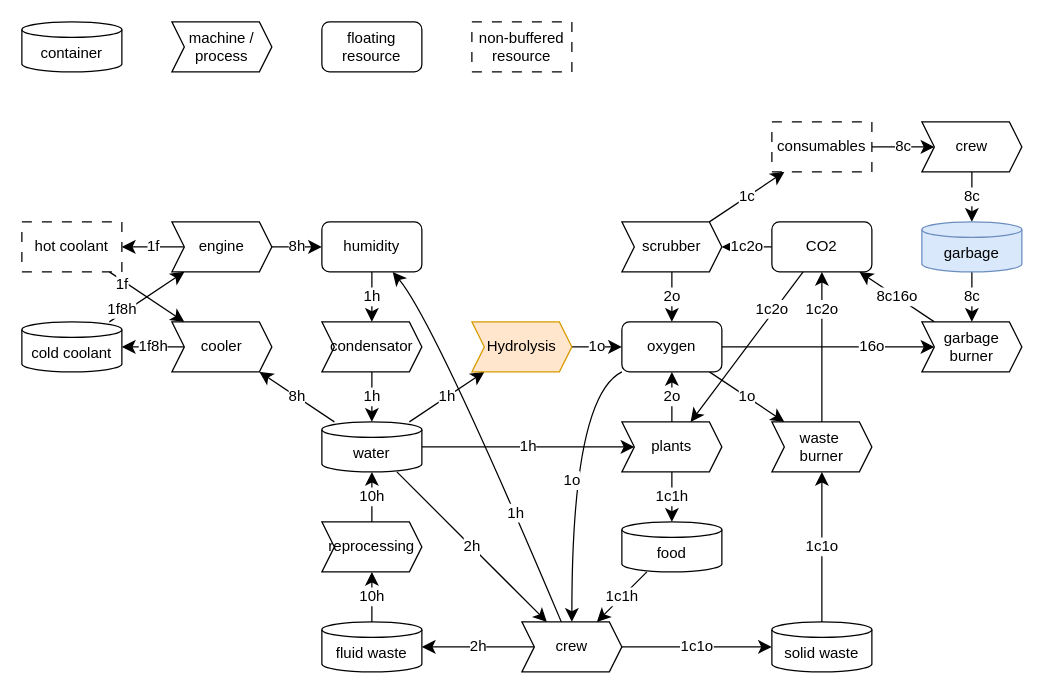
Earlier version of the draw.io diagram resource_flow_diagram.drawio (XFajk/GMTK2025Game). Source tidied: cells renumbered, new cells numbered last; positions are measured from the earlier drawing's top-left corner, leaving out a move shared by most shapes. Both pictures are drawn from the tidied source at 125%, with x=0, y=0 at pixel (21, 21).
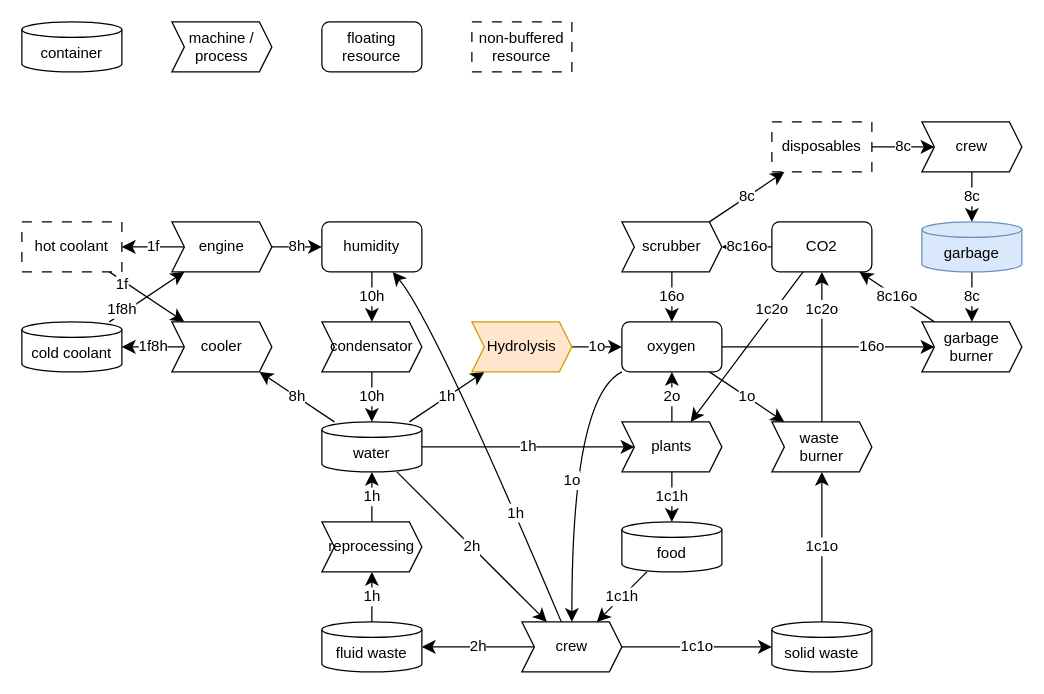
The same page after the edit.

Unchanged cells that the change refers to:
```xml
<mxCell id="9" value="water" style="shape=cylinder3;whiteSpace=wrap;html=1;boundedLbl=1;backgroundOutline=1;size=6.206904970366395;" parent="1" vertex="1">
  <mxGeometry x="240" y="320" width="80" height="40" as="geometry" />
</mxCell>
<mxCell id="13" value="oxygen" style="rounded=1;whiteSpace=wrap;html=1;" parent="1" vertex="1">
  <mxGeometry x="480" y="240" width="80" height="40" as="geometry" />
</mxCell>
<mxCell id="31" value="humidity" style="rounded=1;whiteSpace=wrap;html=1;" parent="1" vertex="1">
  <mxGeometry x="240" y="160" width="80" height="40" as="geometry" />
</mxCell>
<mxCell id="33" value="condensator" style="shape=step;perimeter=stepPerimeter;whiteSpace=wrap;html=1;fixedSize=1;size=10;" parent="1" vertex="1">
  <mxGeometry x="240" y="240" width="80" height="40" as="geometry" />
</mxCell>
<mxCell id="35" value="reprocessing" style="shape=step;perimeter=stepPerimeter;whiteSpace=wrap;html=1;fixedSize=1;size=10;" parent="1" vertex="1">
  <mxGeometry x="240" y="400" width="80" height="40" as="geometry" />
</mxCell>
<mxCell id="39" value="CO2" style="rounded=1;whiteSpace=wrap;html=1;" parent="1" vertex="1">
  <mxGeometry x="600" y="160" width="80" height="40" as="geometry" />
</mxCell>
<mxCell id="41" value="scrubber" style="shape=step;perimeter=stepPerimeter;whiteSpace=wrap;html=1;fixedSize=1;size=10;" parent="1" vertex="1">
  <mxGeometry x="480" y="160" width="80" height="40" as="geometry" />
</mxCell>
<mxCell id="56" value="fluid waste" style="shape=cylinder3;whiteSpace=wrap;html=1;boundedLbl=1;backgroundOutline=1;size=6.206904970366395;" parent="1" vertex="1">
  <mxGeometry x="240" y="480" width="80" height="40" as="geometry" />
</mxCell>
```

Diff of the diagram source:
```diff
@@
-    <mxCell id="30" value="1h" style="edgeStyle=none;curved=1;rounded=0;jettySize=auto;html=1;fontSize=12;startSize=8;endSize=8;" parent="1" edge="1" source="31" target="33">
+    <mxCell id="30" value="10h" style="edgeStyle=none;curved=1;rounded=0;jettySize=auto;html=1;fontSize=12;startSize=8;endSize=8;" parent="1" edge="1" source="31" target="33">
       <mxGeometry relative="1" as="geometry" />
     </mxCell>
@@
-    <mxCell id="32" value="1h" style="edgeStyle=none;curved=1;rounded=0;jettySize=auto;html=1;fontSize=12;startSize=8;endSize=8;" parent="1" edge="1" source="33" target="9">
+    <mxCell id="32" value="10h" style="edgeStyle=none;curved=1;rounded=0;jettySize=auto;html=1;fontSize=12;startSize=8;endSize=8;" parent="1" edge="1" source="33" target="9">
       <mxGeometry relative="1" as="geometry" />
     </mxCell>
@@
-    <mxCell id="34" value="10h" style="edgeStyle=none;curved=1;rounded=0;jettySize=auto;html=1;fontSize=12;startSize=8;endSize=8;" parent="1" edge="1" source="35" target="9">
+    <mxCell id="34" value="1h" style="edgeStyle=none;curved=1;rounded=0;jettySize=auto;html=1;fontSize=12;startSize=8;endSize=8;" parent="1" edge="1" source="35" target="9">
       <mxGeometry relative="1" as="geometry" />
     </mxCell>
@@
-    <mxCell id="37" value="1c2o" style="edgeStyle=none;curved=1;rounded=0;jettySize=auto;html=1;fontSize=12;startSize=8;endSize=8;" parent="1" edge="1" source="39" target="41">
+    <mxCell id="37" value="8c16o" style="edgeStyle=none;curved=1;rounded=0;jettySize=auto;html=1;fontSize=12;startSize=8;endSize=8;" parent="1" edge="1" source="39" target="41">
       <mxGeometry relative="1" as="geometry" />
     </mxCell>
-    <mxCell id="38" value="2o" style="edgeStyle=none;curved=1;rounded=0;jettySize=auto;html=1;fontSize=12;startSize=8;endSize=8;" parent="1" edge="1" source="41" target="13">
+    <mxCell id="38" value="16o" style="edgeStyle=none;curved=1;rounded=0;jettySize=auto;html=1;fontSize=12;startSize=8;endSize=8;" parent="1" edge="1" source="41" target="13">
       <mxGeometry relative="1" as="geometry" />
     </mxCell>
@@
-    <mxCell id="40" value="1c" style="edgeStyle=none;curved=1;rounded=0;jettySize=auto;html=1;fontSize=12;startSize=8;endSize=8;" parent="1" edge="1" source="41" target="51">
+    <mxCell id="40" value="8c" style="edgeStyle=none;curved=1;rounded=0;jettySize=auto;html=1;fontSize=12;startSize=8;endSize=8;" parent="1" edge="1" source="41" target="51">
       <mxGeometry relative="1" as="geometry" />
     </mxCell>
@@
-    <mxCell id="51" value="consumables" style="rounded=0;whiteSpace=wrap;html=1;dashed=1;dashPattern=8 8;" parent="1" vertex="1">
+    <mxCell id="51" value="disposables" style="rounded=0;whiteSpace=wrap;html=1;dashed=1;dashPattern=8 8;" parent="1" vertex="1">
       <mxGeometry x="600" y="80" width="80" height="40" as="geometry" />
     </mxCell>
@@
-    <mxCell id="55" value="10h" style="edgeStyle=none;curved=1;rounded=0;jettySize=auto;html=1;fontSize=12;startSize=8;endSize=8;" parent="1" edge="1" source="56" target="35">
+    <mxCell id="55" value="1h" style="edgeStyle=none;curved=1;rounded=0;jettySize=auto;html=1;fontSize=12;startSize=8;endSize=8;" parent="1" edge="1" source="56" target="35">
       <mxGeometry relative="1" as="geometry" />
     </mxCell>
```
